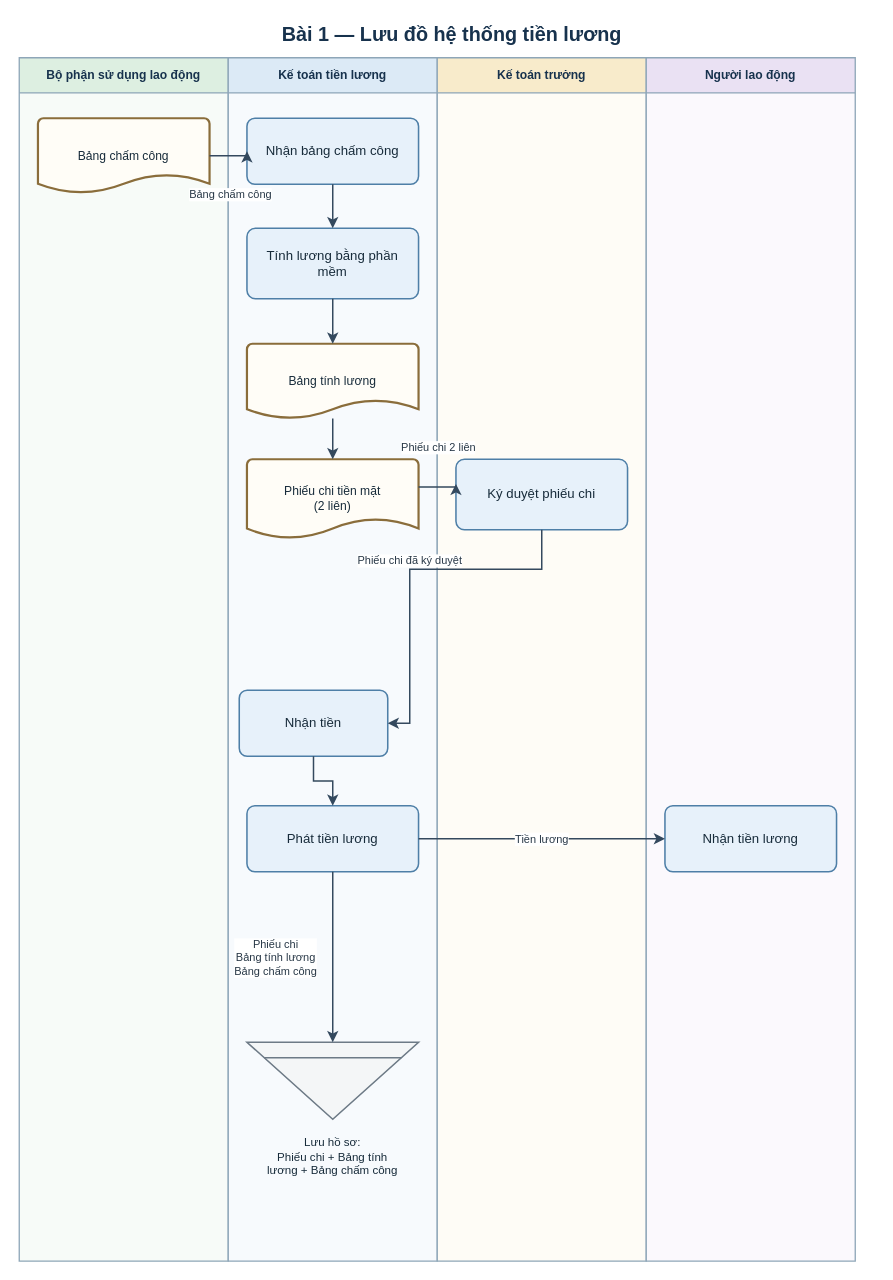
Before: assets/drawio/01_payroll_system_flow.drawio in saigonbaddielover/thtrang, a draw.io diagram. Source tidied: cells renumbered, new cells numbered last; positions are measured from the earlier drawing's top-left corner, leaving out a move shared by most shapes. Both pictures are drawn from the tidied source at 110%, with x=0, y=0 at pixel (19, 19).
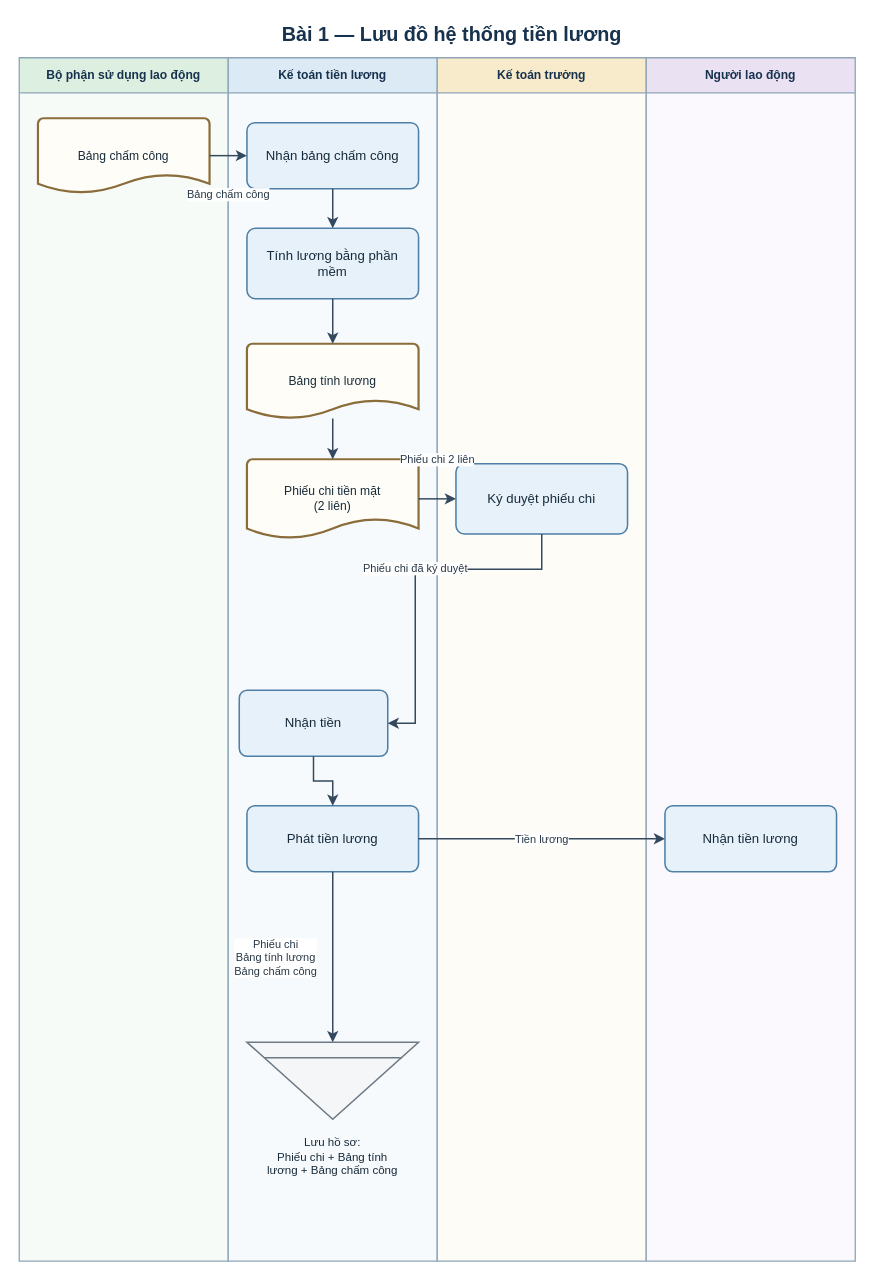
The same diagram, later.

The change refers to these unchanged cells:
```xml
<mxCell id="4" value="Kế toán tiền lương" style="swimlane;horizontal=1;startSize=32;html=1;whiteSpace=wrap;fontFamily=Arial;fontSize=11;fontStyle=1;fontColor=#17324D;align=center;verticalAlign=middle;rounded=0;fillColor=#DCEAF6;swimlaneFillColor=#F7FAFD;strokeColor=#8EA6B8;strokeWidth=1.2;" parent="1" vertex="1">
  <mxGeometry x="190" y="35" width="190" height="1094" as="geometry" />
</mxCell>
<mxCell id="5" value="Kế toán trưởng" style="swimlane;horizontal=1;startSize=32;html=1;whiteSpace=wrap;fontFamily=Arial;fontSize=11;fontStyle=1;fontColor=#17324D;align=center;verticalAlign=middle;rounded=0;fillColor=#F8EBCB;swimlaneFillColor=#FEFCF6;strokeColor=#8EA6B8;strokeWidth=1.2;" parent="1" vertex="1">
  <mxGeometry x="380" y="35" width="190" height="1094" as="geometry" />
</mxCell>
<mxCell id="11" value="Phiếu chi tiền mặt&lt;br&gt;(2 liên)" style="strokeWidth=2;shape=mxgraph.flowchart.document2;size=0.25;html=1;whiteSpace=wrap;fontFamily=Arial;align=center;verticalAlign=middle;fontColor=#172B3A;fontSize=11;spacing=4;fillColor=#FFFDF7;strokeColor=#8A6D3B;" parent="4" vertex="1">
  <mxGeometry x="17" y="365" width="156" height="72" as="geometry" />
</mxCell>
<mxCell id="13" value="Nhận tiền" style="rounded=1;arcSize=12;html=1;whiteSpace=wrap;fontFamily=Arial;align=center;verticalAlign=middle;fontColor=#172B3A; fontSize=11;spacing=5;fillColor=#E7F1FA;strokeColor=#4E7FA7;strokeWidth=1.4;" parent="4" vertex="1">
  <mxGeometry x="10" y="575" width="135" height="60" as="geometry" />
</mxCell>
```

Change to the diagram source:
```diff
@@
     <mxCell id="8" value="Nhận bảng chấm công" style="rounded=1;arcSize=12;html=1;whiteSpace=wrap;fontFamily=Arial;align=center;verticalAlign=middle;fontColor=#172B3A; fontSize=11;spacing=5;fillColor=#E7F1FA;strokeColor=#4E7FA7;strokeWidth=1.4;" parent="4" vertex="1">
-      <mxGeometry x="17" y="55" width="156" height="60" as="geometry" />
+      <mxGeometry x="17" y="59" width="156" height="60" as="geometry" />
     </mxCell>
@@
     <mxCell id="12" value="Ký duyệt phiếu chi" style="rounded=1;arcSize=12;html=1;whiteSpace=wrap;fontFamily=Arial;align=center;verticalAlign=middle;fontColor=#172B3A; fontSize=11;spacing=5;fillColor=#E7F1FA;strokeColor=#4E7FA7;strokeWidth=1.4;" parent="5" vertex="1">
-      <mxGeometry x="17" y="365" width="156" height="64" as="geometry" />
+      <mxGeometry x="17" y="369" width="156" height="64" as="geometry" />
     </mxCell>
@@
-    <mxCell id="21" value="Phiếu chi 2 liên" style="edgeStyle=orthogonalEdgeStyle;rounded=0;jettySize=auto;html=1;fontFamily=Arial;fontSize=10;fontColor=#273746;labelBackgroundColor=#FFFFFF;strokeColor=#34495E;strokeWidth=1.35;endArrow=classic;endFill=1;exitX=1;exitY=0.35;entryX=0;entryY=0.35;" parent="1" edge="1" source="11" target="12">
+    <mxCell id="21" value="Phiếu chi 2 liên" style="edgeStyle=orthogonalEdgeStyle;rounded=0;jettySize=auto;html=1;fontFamily=Arial;fontSize=10;fontColor=#273746;labelBackgroundColor=#FFFFFF;strokeColor=#34495E;strokeWidth=1.35;endArrow=classic;endFill=1;exitX=1;exitY=0.5;entryX=0;entryY=0.5;" parent="1" edge="1" source="11" target="12">
       <mxGeometry relative="1" as="geometry">
         <mxPoint y="-36" as="offset" />
       </mxGeometry>
     </mxCell>
     <mxCell id="22" value="Phiếu chi đã ký duyệt" style="edgeStyle=orthogonalEdgeStyle;rounded=0;jettySize=auto;html=1;fontFamily=Arial;fontSize=10;fontColor=#273746;labelBackgroundColor=#FFFFFF;strokeColor=#34495E;strokeWidth=1.35;endArrow=classic;endFill=1;exitX=0.5;exitY=1;entryX=1;entryY=0.5;" parent="1" edge="1" source="12" target="13">
       <mxGeometry relative="1" as="geometry">
         <Array as="points">
-          <mxPoint x="355" y="500" />
-          <mxPoint x="355" y="640" />
+          <mxPoint x="360" y="500" />
+          <mxPoint x="360" y="640" />
         </Array>
         <mxPoint y="-10" as="offset" />
       </mxGeometry>
     </mxCell>
```
